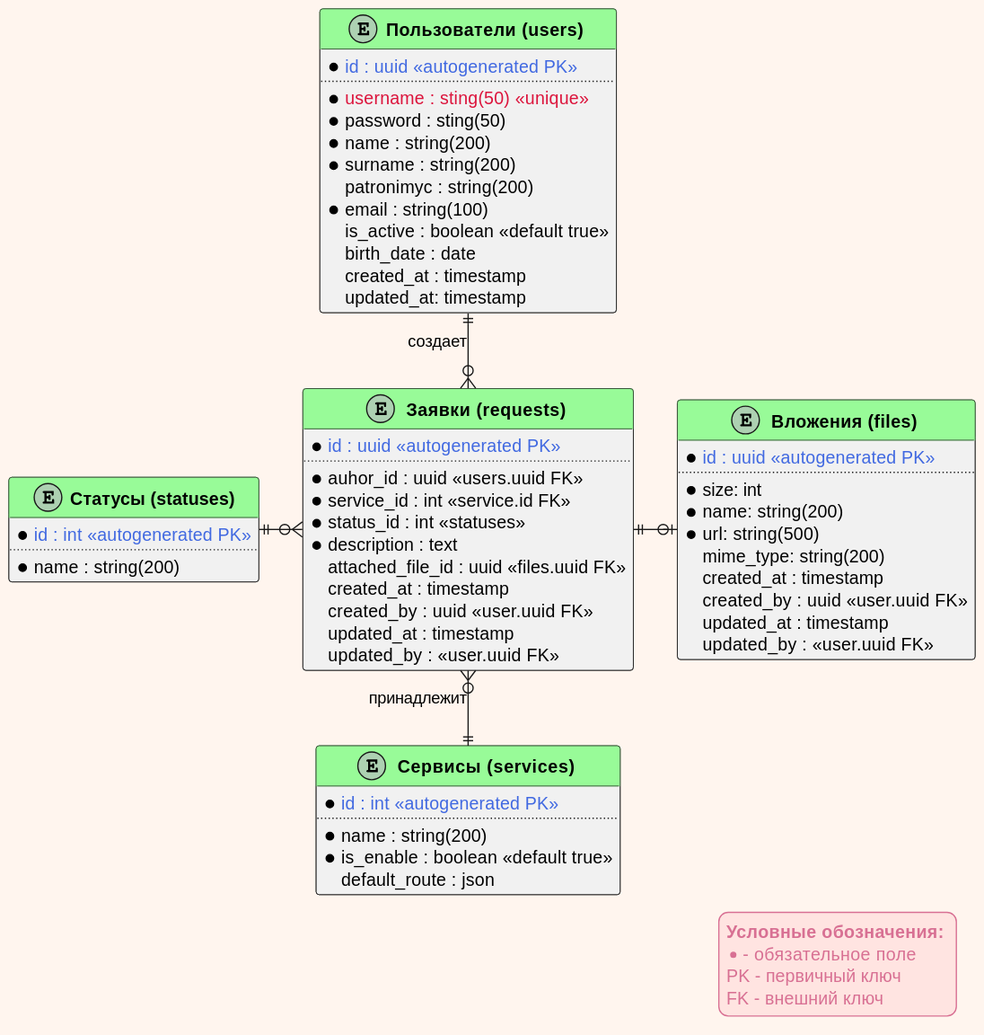
Above: user_requests_erd_example.svg in okunev-e/plantuml_examples (PlantUML), before the change.
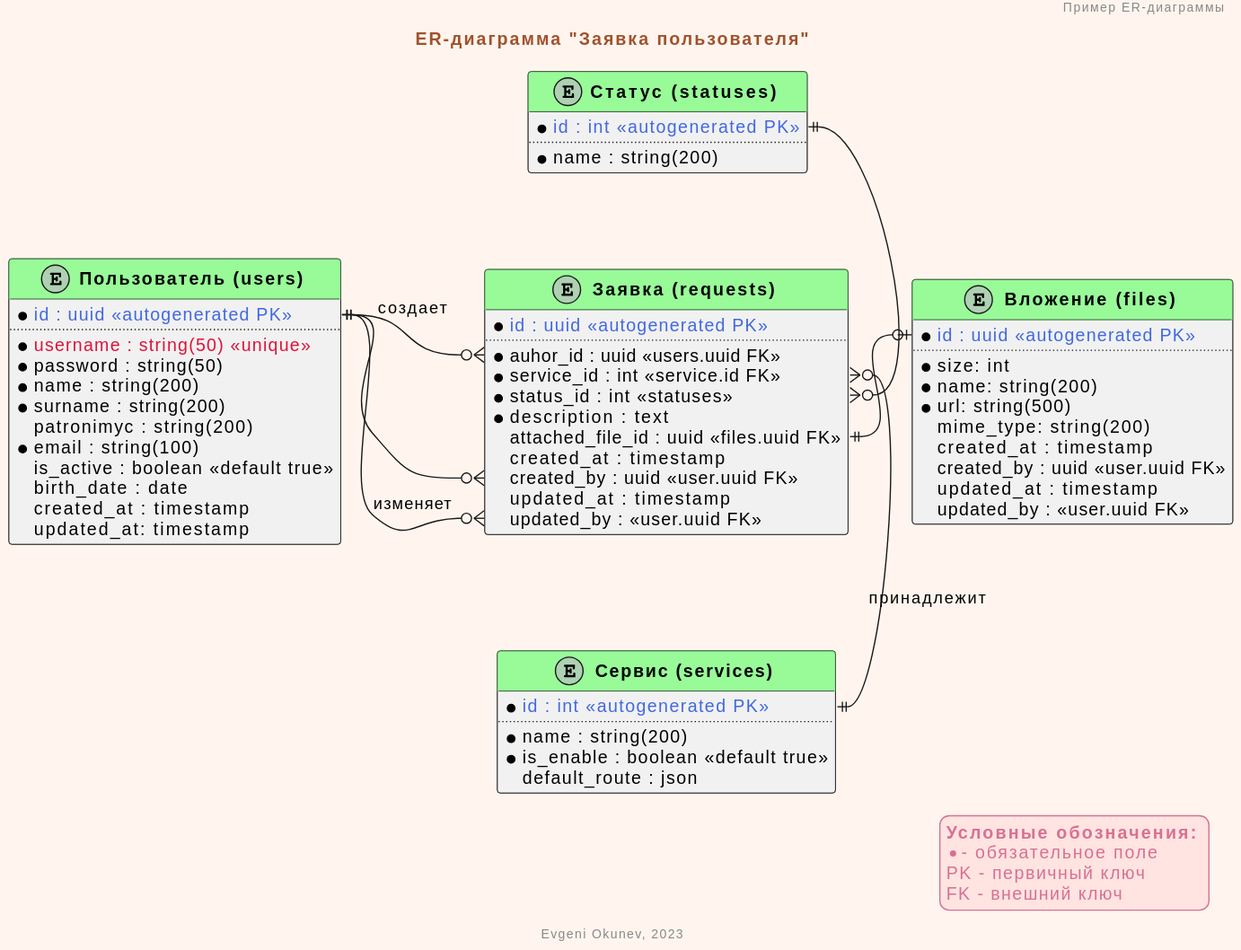
Above is the later version.

Change to the diagram source:
```diff
@@ -1,4 +1,4 @@
-@startuml user_requests_erd_example
+@startuml
 
 !function $autogenerated($a)
 !return "<color:RoyalBlue>" + $a + " <<autogenerated PK>></color>"
@@ -21,13 +21,16 @@
     HeaderBackgroundColor PaleGreen
 }
 
-skinparam linetype ortho
+skinparam TitleFontColor Sienna
 
-entity "$setBold("Пользователи (users)")" as users {
+Header Пример ER-диаграммы
+Title ER-диаграмма "Заявка пользователя"
+
+entity "$setBold("Пользователь (users)")" as users {
     * $autogenerated("id : uuid")
     ..
-    * $unique("username : sting(50)")
-    * password : sting(50)
+    * $unique("username : string(50)")
+    * password : string(50)
     * name : string(200)
     * surname : string(200)
     patronimyc : string(200)
@@ -38,7 +41,7 @@
     updated_at: timestamp
 }
 
-entity "$setBold("Заявки (requests)")" as requests {
+entity "$setBold("Заявка (requests)")" as requests {
     * $autogenerated("id : uuid")
     ..
     * auhor_id : uuid <<users.uuid FK>>
@@ -52,7 +55,7 @@
     updated_by : <<user.uuid FK>>
 }
 
-entity "$setBold("Сервисы (services)")" as services {
+entity "$setBold("Сервис (services)")" as services {
     * $autogenerated("id : int")
     ..
     * name : string(200)
@@ -60,7 +63,7 @@
     default_route : json
 }
 
-entity "$setBold("Вложения (files)")" as files {
+entity "$setBold("Вложение (files)")" as files {
     * $autogenerated("id : uuid")
     ..
     * size: int
@@ -73,16 +76,20 @@
     updated_by : <<user.uuid FK>>
 }
 
-entity "**Статусы (statuses)**" as statuses {
+entity "$setBold("Статус (statuses)")" as statuses {
     * $autogenerated("id : int")
     ..
     * name : string(200)
 }
 
-users ||--o{ requests : создает
-requests }o--|| services : принадлежит
-requests ||--right--o| files
-requests }o-left-|| statuses
+users::id ||-o{ requests::auhor_id : создает
+users::id ||-o{ requests::updated_by : изменяет
+users::id ||-----o{ requests::created_by
+
+requests::service_id }o-down-|| services::id : принадлежит
+requests::status_id }o-up-|| statuses::id
+requests::attached_file_id ||-right-o| files::id
+
 
 legend right
 $setBold("Условные обозначения:")
@@ -91,4 +98,5 @@
 FK - внешний ключ
 end legend
 
+footer Evgeni Okunev, 2023
 @enduml
```
